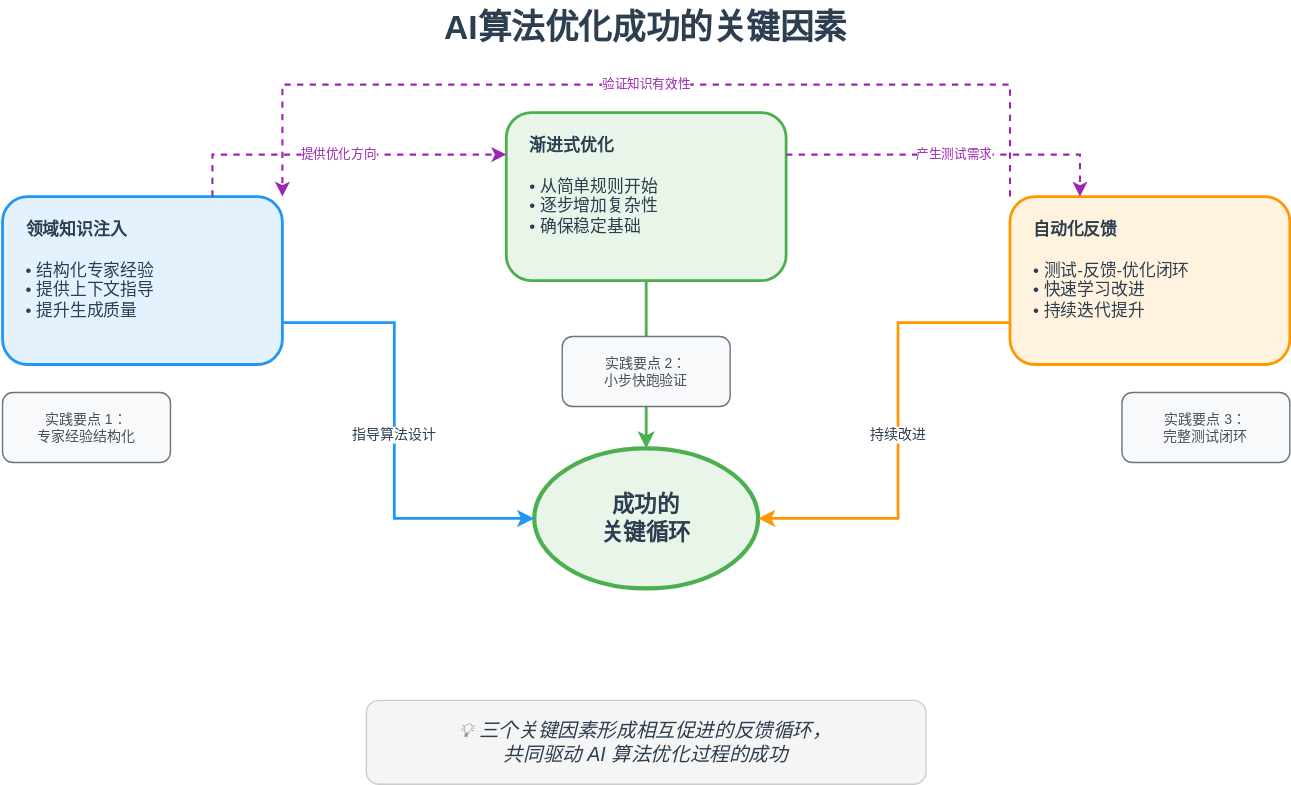
Earlier version of the draw.io export 2025-08-04 cursor meetup/images/success-key-factors.svg (ronhuafeng/my-public-slides). Source tidied: cells renumbered, new cells last; positions are measured from the earlier drawing's top-left corner, leaving out a move shared by most shapes.
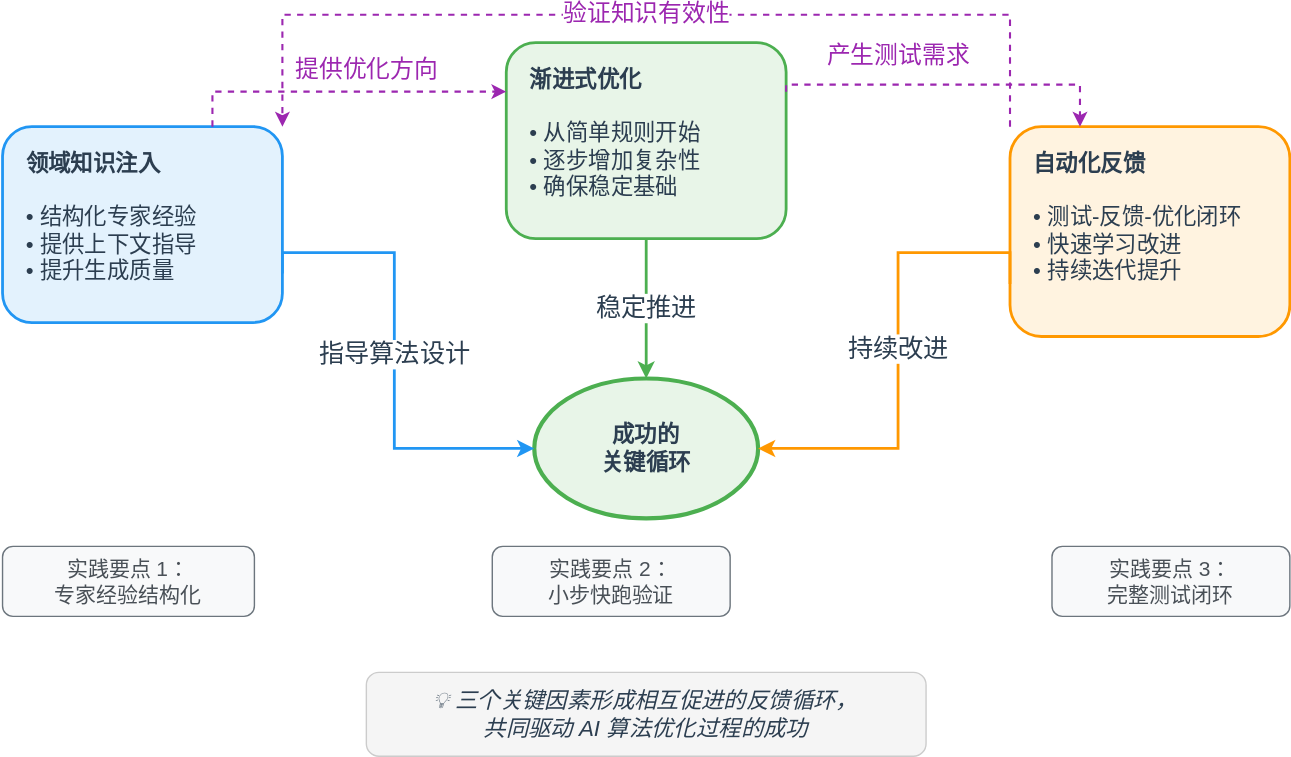
The same file after the commit.

Change to the diagram source:
```diff
@@ -2,22 +2,19 @@
   <root>
     <mxCell id="0" />
     <mxCell id="1" parent="0" />
-    <mxCell id="2" value="AI算法优化成功的关键因素" style="text;html=1;strokeColor=none;fillColor=none;align=center;verticalAlign=middle;whiteSpace=wrap;rounded=0;fontSize=24;fontStyle=1;fontColor=#2c3e50;" parent="1" vertex="1">
-      <mxGeometry x="280" width="360" height="40" as="geometry" />
-    </mxCell>
     <mxCell id="3" value="成功的&#10;关键循环" style="ellipse;whiteSpace=wrap;html=1;fontSize=16;fontStyle=1;fillColor=#e8f5e8;strokeColor=#4CAF50;strokeWidth=3;fontColor=#2c3e50;" parent="1" vertex="1">
       <mxGeometry x="380" y="320" width="160" height="100" as="geometry" />
     </mxCell>
-    <mxCell id="4" value="&lt;b&gt;领域知识注入&lt;/b&gt;&lt;br/&gt;&lt;br/&gt;• 结构化专家经验&lt;br/&gt;• 提供上下文指导&lt;br/&gt;• 提升生成质量" style="rounded=1;whiteSpace=wrap;html=1;fontSize=12;fillColor=#e3f2fd;strokeColor=#2196F3;strokeWidth=2;align=left;verticalAlign=top;spacingLeft=15;spacingTop=10;fontColor=#2c3e50;" parent="1" vertex="1">
-      <mxGeometry y="140" width="200" height="120" as="geometry" />
+    <mxCell id="4" value="&lt;b&gt;领域知识注入&lt;/b&gt;&lt;br&gt;&lt;br&gt;• 结构化专家经验&lt;br&gt;• 提供上下文指导&lt;br&gt;• 提升生成质量" style="rounded=1;whiteSpace=wrap;html=1;fontSize=16;fillColor=#e3f2fd;strokeColor=#2196F3;strokeWidth=2;align=left;verticalAlign=top;spacingLeft=15;spacingTop=10;fontColor=#2c3e50;" parent="1" vertex="1">
+      <mxGeometry y="140" width="200" height="140" as="geometry" />
     </mxCell>
-    <mxCell id="5" value="&lt;b&gt;渐进式优化&lt;/b&gt;&lt;br/&gt;&lt;br/&gt;• 从简单规则开始&lt;br/&gt;• 逐步增加复杂性&lt;br/&gt;• 确保稳定基础" style="rounded=1;whiteSpace=wrap;html=1;fontSize=12;fillColor=#e8f5e8;strokeColor=#4CAF50;strokeWidth=2;align=left;verticalAlign=top;spacingLeft=15;spacingTop=10;fontColor=#2c3e50;" parent="1" vertex="1">
-      <mxGeometry x="360" y="80" width="200" height="120" as="geometry" />
+    <mxCell id="5" value="&lt;b&gt;渐进式优化&lt;/b&gt;&lt;br&gt;&lt;br&gt;• 从简单规则开始&lt;br&gt;• 逐步增加复杂性&lt;br&gt;• 确保稳定基础" style="rounded=1;whiteSpace=wrap;html=1;fontSize=16;fillColor=#e8f5e8;strokeColor=#4CAF50;strokeWidth=2;align=left;verticalAlign=top;spacingLeft=15;spacingTop=10;fontColor=#2c3e50;" parent="1" vertex="1">
+      <mxGeometry x="360" y="80" width="200" height="140" as="geometry" />
     </mxCell>
-    <mxCell id="6" value="&lt;b&gt;自动化反馈&lt;/b&gt;&lt;br/&gt;&lt;br/&gt;• 测试-反馈-优化闭环&lt;br/&gt;• 快速学习改进&lt;br/&gt;• 持续迭代提升" style="rounded=1;whiteSpace=wrap;html=1;fontSize=12;fillColor=#fff3e0;strokeColor=#FF9800;strokeWidth=2;align=left;verticalAlign=top;spacingLeft=15;spacingTop=10;fontColor=#2c3e50;" parent="1" vertex="1">
-      <mxGeometry x="720" y="140" width="200" height="120" as="geometry" />
+    <mxCell id="6" value="&lt;b&gt;自动化反馈&lt;/b&gt;&lt;br&gt;&lt;br&gt;• 测试-反馈-优化闭环&lt;br&gt;• 快速学习改进&lt;br&gt;• 持续迭代提升" style="rounded=1;whiteSpace=wrap;html=1;fontSize=16;fillColor=#fff3e0;strokeColor=#FF9800;strokeWidth=2;align=left;verticalAlign=top;spacingLeft=15;spacingTop=10;fontColor=#2c3e50;" parent="1" vertex="1">
+      <mxGeometry x="720" y="140" width="200" height="150" as="geometry" />
     </mxCell>
-    <mxCell id="7" value="指导算法设计" style="edgeStyle=orthogonalEdgeStyle;rounded=0;jettySize=auto;html=1;exitX=1;exitY=0.75;exitDx=0;exitDy=0;entryX=0;entryY=0.5;entryDx=0;entryDy=0;strokeColor=#2196F3;strokeWidth=2;fontSize=10;fontColor=#2c3e50;" parent="1" edge="1" source="4" target="3">
+    <mxCell id="7" value="指导算法设计" style="edgeStyle=orthogonalEdgeStyle;rounded=0;jettySize=auto;html=1;exitX=1;exitY=0.75;exitDx=0;exitDy=0;entryX=0;entryY=0.5;entryDx=0;entryDy=0;strokeColor=#2196F3;strokeWidth=2;fontSize=18;fontColor=#2c3e50;" parent="1" edge="1" source="4" target="3">
       <mxGeometry relative="1" as="geometry">
         <Array as="points">
           <mxPoint x="280" y="230" />
@@ -25,10 +22,10 @@
         </Array>
       </mxGeometry>
     </mxCell>
-    <mxCell id="8" value="稳定推进" style="edgeStyle=orthogonalEdgeStyle;rounded=0;jettySize=auto;html=1;exitX=0.5;exitY=1;exitDx=0;exitDy=0;entryX=0.5;entryY=0;entryDx=0;entryDy=0;strokeColor=#4CAF50;strokeWidth=2;fontSize=10;fontColor=#2c3e50;" parent="1" edge="1" source="5" target="3">
+    <mxCell id="8" value="稳定推进" style="edgeStyle=orthogonalEdgeStyle;rounded=0;jettySize=auto;html=1;exitX=0.5;exitY=1;exitDx=0;exitDy=0;entryX=0.5;entryY=0;entryDx=0;entryDy=0;strokeColor=#4CAF50;strokeWidth=2;fontSize=18;fontColor=#2c3e50;" parent="1" edge="1" source="5" target="3">
       <mxGeometry relative="1" as="geometry" />
     </mxCell>
-    <mxCell id="9" value="持续改进" style="edgeStyle=orthogonalEdgeStyle;rounded=0;jettySize=auto;html=1;exitX=0;exitY=0.75;exitDx=0;exitDy=0;entryX=1;entryY=0.5;entryDx=0;entryDy=0;strokeColor=#FF9800;strokeWidth=2;fontSize=10;fontColor=#2c3e50;" parent="1" edge="1" source="6" target="3">
+    <mxCell id="9" value="持续改进" style="edgeStyle=orthogonalEdgeStyle;rounded=0;jettySize=auto;html=1;exitX=0;exitY=0.75;exitDx=0;exitDy=0;entryX=1;entryY=0.5;entryDx=0;entryDy=0;strokeColor=#FF9800;strokeWidth=2;fontSize=18;fontColor=#2c3e50;" parent="1" edge="1" source="6" target="3">
       <mxGeometry relative="1" as="geometry">
         <Array as="points">
           <mxPoint x="640" y="230" />
@@ -36,21 +33,21 @@
         </Array>
       </mxGeometry>
     </mxCell>
-    <mxCell id="10" value="提供优化方向" style="edgeStyle=orthogonalEdgeStyle;rounded=0;jettySize=auto;html=1;exitX=0.75;exitY=0;exitDx=0;exitDy=0;entryX=0;entryY=0.25;entryDx=0;entryDy=0;strokeColor=#9C27B0;strokeWidth=1.5;fontSize=9;fontColor=#9C27B0;dashed=1;" parent="1" edge="1" source="4" target="5">
-      <mxGeometry relative="1" as="geometry">
+    <mxCell id="10" value="提供优化方向" style="edgeStyle=orthogonalEdgeStyle;rounded=0;jettySize=auto;html=1;exitX=0.75;exitY=0;exitDx=0;exitDy=0;entryX=0;entryY=0.25;entryDx=0;entryDy=0;strokeColor=#9C27B0;strokeWidth=1.5;fontSize=17;fontColor=#9C27B0;dashed=1;" parent="1" edge="1" source="4" target="5">
+      <mxGeometry x="0.15" y="15" relative="1" as="geometry">
         <Array as="points">
-          <mxPoint x="150" y="110" />
+          <mxPoint x="150" y="115" />
         </Array>
       </mxGeometry>
     </mxCell>
-    <mxCell id="11" value="产生测试需求" style="edgeStyle=orthogonalEdgeStyle;rounded=0;jettySize=auto;html=1;exitX=1;exitY=0.25;exitDx=0;exitDy=0;entryX=0.25;entryY=0;entryDx=0;entryDy=0;strokeColor=#9C27B0;strokeWidth=1.5;fontSize=9;fontColor=#9C27B0;dashed=1;" parent="1" edge="1" source="5" target="6">
-      <mxGeometry relative="1" as="geometry">
+    <mxCell id="11" value="产生测试需求" style="edgeStyle=orthogonalEdgeStyle;rounded=0;jettySize=auto;html=1;exitX=1;exitY=0.25;exitDx=0;exitDy=0;entryX=0.25;entryY=0;entryDx=0;entryDy=0;strokeColor=#9C27B0;strokeWidth=1.5;fontSize=17;fontColor=#9C27B0;dashed=1;" parent="1" edge="1" source="5" target="6">
+      <mxGeometry x="-0.31" y="20" relative="1" as="geometry">
         <Array as="points">
           <mxPoint x="770" y="110" />
         </Array>
       </mxGeometry>
     </mxCell>
-    <mxCell id="12" value="验证知识有效性" style="edgeStyle=orthogonalEdgeStyle;rounded=0;jettySize=auto;html=1;exitX=0;exitY=0;exitDx=0;exitDy=0;entryX=1;entryY=0;entryDx=0;entryDy=0;strokeColor=#9C27B0;strokeWidth=1.5;fontSize=9;fontColor=#9C27B0;dashed=1;" parent="1" edge="1" source="6" target="4">
+    <mxCell id="12" value="验证知识有效性" style="edgeStyle=orthogonalEdgeStyle;rounded=0;jettySize=auto;html=1;exitX=0;exitY=0;exitDx=0;exitDy=0;entryX=1;entryY=0;entryDx=0;entryDy=0;strokeColor=#9C27B0;strokeWidth=1.5;fontSize=17;fontColor=#9C27B0;dashed=1;" parent="1" edge="1" source="6" target="4">
       <mxGeometry relative="1" as="geometry">
         <Array as="points">
           <mxPoint x="720" y="60" />
@@ -58,17 +55,17 @@
         </Array>
       </mxGeometry>
     </mxCell>
-    <mxCell id="13" value="💡 三个关键因素形成相互促进的反馈循环，&lt;br&gt;共同驱动 AI 算法优化过程的成功" style="rounded=1;whiteSpace=wrap;html=1;fontSize=14;fillColor=#f5f5f5;strokeColor=#cccccc;strokeWidth=1;fontColor=#2c3e50;align=center;fontStyle=2;" parent="1" vertex="1">
-      <mxGeometry x="260" y="500" width="400" height="60" as="geometry" />
+    <mxCell id="13" value="💡 三个关键因素形成相互促进的反馈循环，&lt;br&gt;共同驱动 AI 算法优化过程的成功" style="rounded=1;whiteSpace=wrap;html=1;fontSize=16;fillColor=#f5f5f5;strokeColor=#cccccc;strokeWidth=1;fontColor=#2c3e50;align=center;fontStyle=2;" parent="1" vertex="1">
+      <mxGeometry x="260" y="530" width="400" height="60" as="geometry" />
     </mxCell>
-    <mxCell id="14" value="实践要点 1：&#10;专家经验结构化" style="rounded=1;whiteSpace=wrap;html=1;fontSize=10;fillColor=#f8f9fa;strokeColor=#6c757d;strokeWidth=1;fontColor=#495057;align=center;" parent="1" vertex="1">
-      <mxGeometry y="280" width="120" height="50" as="geometry" />
+    <mxCell id="14" value="实践要点 1：&#10;专家经验结构化" style="rounded=1;whiteSpace=wrap;html=1;fontSize=15;fillColor=#f8f9fa;strokeColor=#6c757d;strokeWidth=1;fontColor=#495057;align=center;" parent="1" vertex="1">
+      <mxGeometry y="440" width="180" height="50" as="geometry" />
     </mxCell>
-    <mxCell id="15" value="实践要点 2：&#10;小步快跑验证" style="rounded=1;whiteSpace=wrap;html=1;fontSize=10;fillColor=#f8f9fa;strokeColor=#6c757d;strokeWidth=1;fontColor=#495057;align=center;" parent="1" vertex="1">
-      <mxGeometry x="400" y="240" width="120" height="50" as="geometry" />
+    <mxCell id="15" value="实践要点 2：&#10;小步快跑验证" style="rounded=1;whiteSpace=wrap;html=1;fontSize=15;fillColor=#f8f9fa;strokeColor=#6c757d;strokeWidth=1;fontColor=#495057;align=center;" parent="1" vertex="1">
+      <mxGeometry x="350" y="440" width="170" height="50" as="geometry" />
     </mxCell>
-    <mxCell id="16" value="实践要点 3：&#10;完整测试闭环" style="rounded=1;whiteSpace=wrap;html=1;fontSize=10;fillColor=#f8f9fa;strokeColor=#6c757d;strokeWidth=1;fontColor=#495057;align=center;" parent="1" vertex="1">
-      <mxGeometry x="800" y="280" width="120" height="50" as="geometry" />
+    <mxCell id="16" value="实践要点 3：&#10;完整测试闭环" style="rounded=1;whiteSpace=wrap;html=1;fontSize=15;fillColor=#f8f9fa;strokeColor=#6c757d;strokeWidth=1;fontColor=#495057;align=center;" parent="1" vertex="1">
+      <mxGeometry x="750" y="440" width="170" height="50" as="geometry" />
     </mxCell>
   </root>
 </mxGraphModel>
```
